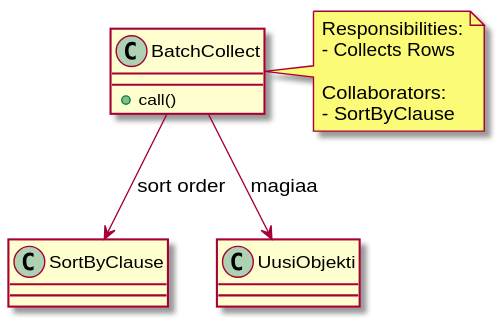
Above: docs/doxy_up/doxygen/inline_umlgraph_1.svg in StrongestNumber9/dpf_02 (PlantUML), before the change. Its diagram source:
```plantuml
@startuml inline_umlgraph_1.svg
class BatchCollect {
  + call()
}

BatchCollect --> SortByClause : sort order
BatchCollect --> UusiObjekti : magiaa

note right of  BatchCollect
Responsibilities:
- Collects Rows

Collaborators:
- SortByClause
end note
@enduml
```
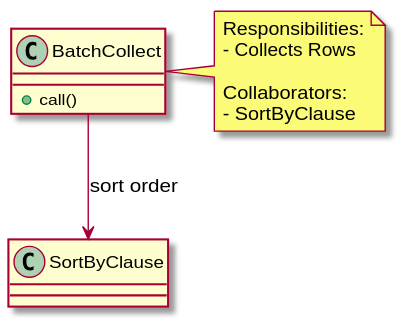
Later version of the same file.

Change to the diagram source:
```diff
@@ -4,7 +4,6 @@
 }
 
 BatchCollect --> SortByClause : sort order
-BatchCollect --> UusiObjekti : magiaa
 
 note right of  BatchCollect
 Responsibilities:
```
